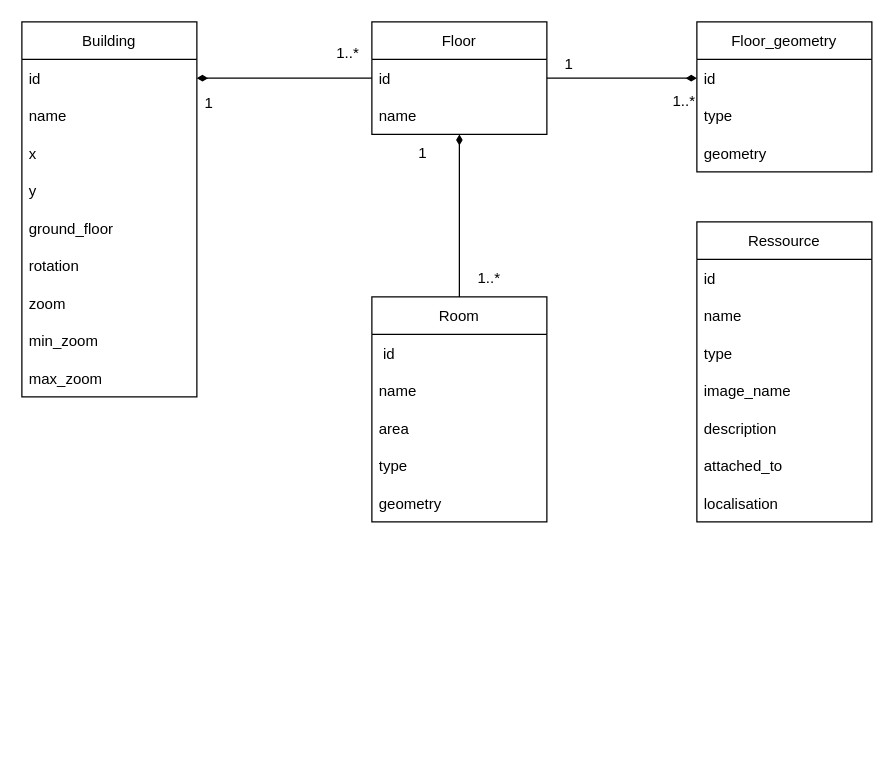
The draw.io diagram 01_doc/Rapport-TB/assets/figures/DB_model.drawio in heig-vd-tin/plan-heigvd, before the edit. Source tidied: cells renumbered, new cells numbered last; positions are measured from the earlier drawing's top-left corner, leaving out a move shared by most shapes. Both pictures are drawn from the tidied source at 125%, with x=0, y=0 at pixel (21, 21).
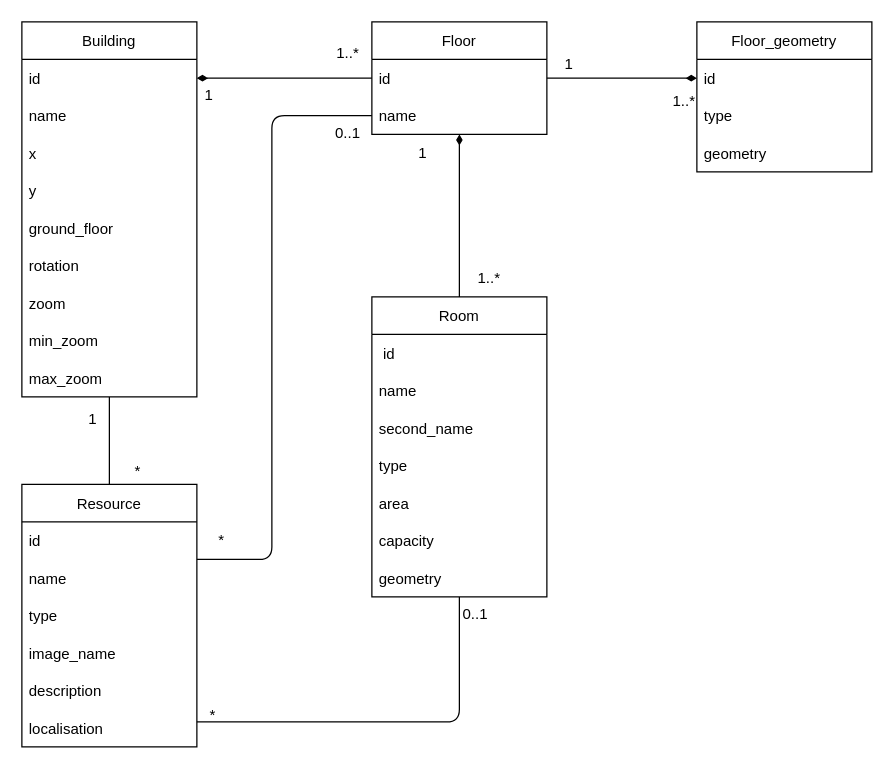
The same diagram, later.

The change refers to these unchanged cells:
```xml
<mxCell id="11" value="max_zoom" style="text;strokeColor=none;fillColor=none;align=left;verticalAlign=middle;spacingLeft=4;spacingRight=4;overflow=hidden;points=[[0,0.5],[1,0.5]];portConstraint=eastwest;" parent="2" vertex="1">
  <mxGeometry y="270" width="140" height="30" as="geometry" />
</mxCell>
<mxCell id="15" value="name" style="text;strokeColor=none;fillColor=none;align=left;verticalAlign=middle;spacingLeft=4;spacingRight=4;overflow=hidden;points=[[0,0.5],[1,0.5]];portConstraint=eastwest;" parent="13" vertex="1">
  <mxGeometry y="60" width="140" height="30" as="geometry" />
</mxCell>
```

What changed in the source:
```diff
@@
-    <mxCell id="21" value="Room" style="swimlane;fontStyle=0;horizontal=1;startSize=30;gradientColor=#ffffff;" parent="1" vertex="1">
-      <mxGeometry x="280" y="220" width="140" height="180" as="geometry" />
+    <mxCell id="21" value="Room" style="swimlane;fontStyle=0;horizontal=1;startSize=30;" parent="1" vertex="1">
+      <mxGeometry x="280" y="220" width="140" height="240" as="geometry" />
     </mxCell>
@@
+    <mxCell id="42" value="second_name" style="text;strokeColor=none;fillColor=none;align=left;verticalAlign=middle;spacingLeft=4;spacingRight=4;overflow=hidden;" parent="21" vertex="1">
+      <mxGeometry y="90" width="140" height="30" as="geometry" />
+    </mxCell>
+    <mxCell id="25" value="type" style="text;strokeColor=none;fillColor=none;align=left;verticalAlign=middle;spacingLeft=4;spacingRight=4;overflow=hidden;" parent="21" vertex="1">
+      <mxGeometry y="120" width="140" height="30" as="geometry" />
+    </mxCell>
     <mxCell id="24" value="area" style="text;strokeColor=none;fillColor=none;align=left;verticalAlign=middle;spacingLeft=4;spacingRight=4;overflow=hidden;" parent="21" vertex="1">
-      <mxGeometry y="90" width="140" height="30" as="geometry" />
+      <mxGeometry y="150" width="140" height="30" as="geometry" />
     </mxCell>
-    <mxCell id="25" value="type" style="text;strokeColor=none;fillColor=none;align=left;verticalAlign=middle;spacingLeft=4;spacingRight=4;overflow=hidden;" parent="21" vertex="1">
-      <mxGeometry y="120" width="140" height="30" as="geometry" />
-    </mxCell>
+    <mxCell id="43" value="capacity" style="text;strokeColor=none;fillColor=none;align=left;verticalAlign=middle;spacingLeft=4;spacingRight=4;overflow=hidden;" parent="21" vertex="1">
+      <mxGeometry y="180" width="140" height="30" as="geometry" />
+    </mxCell>
     <mxCell id="26" value="geometry" style="text;strokeColor=none;fillColor=none;align=left;verticalAlign=middle;spacingLeft=4;spacingRight=4;overflow=hidden;" parent="21" vertex="1">
-      <mxGeometry y="150" width="140" height="30" as="geometry" />
+      <mxGeometry y="210" width="140" height="30" as="geometry" />
     </mxCell>
@@
     <mxCell id="28" value="1" style="text;html=1;strokeColor=none;fillColor=none;align=center;verticalAlign=middle;whiteSpace=wrap;rounded=0;" parent="1" vertex="1">
-      <mxGeometry x="120" y="50" width="60" height="30" as="geometry" />
+      <mxGeometry x="120" y="44" width="60" height="30" as="geometry" />
     </mxCell>
@@
+    <mxCell id="44" style="edgeStyle=none;html=1;endArrow=none;endFill=0;" parent="1" edge="1" source="30" target="11">
+      <mxGeometry relative="1" as="geometry" />
+    </mxCell>
+    <mxCell id="45" style="edgeStyle=orthogonalEdgeStyle;html=1;entryX=0;entryY=0.5;entryDx=0;entryDy=0;endArrow=none;endFill=0;" parent="1" edge="1" source="30" target="15">
+      <mxGeometry relative="1" as="geometry">
+        <Array as="points">
+          <mxPoint x="200" y="430" />
+          <mxPoint x="200" y="75" />
+        </Array>
+      </mxGeometry>
+    </mxCell>
+    <mxCell id="46" style="edgeStyle=orthogonalEdgeStyle;html=1;endArrow=none;endFill=0;" parent="1" edge="1" source="30" target="21">
+      <mxGeometry relative="1" as="geometry">
+        <Array as="points">
+          <mxPoint x="350" y="560" />
+        </Array>
+      </mxGeometry>
+    </mxCell>
-    <mxCell id="30" value="Ressource" style="swimlane;fontStyle=0;horizontal=1;startSize=30;" parent="1" vertex="1">
-      <mxGeometry x="540" y="160" width="140" height="240" as="geometry" />
+    <mxCell id="30" value="Resource" style="swimlane;fontStyle=0;horizontal=1;startSize=30;" parent="1" vertex="1">
+      <mxGeometry y="370" width="140" height="210" as="geometry" />
     </mxCell>
@@
-    <mxCell id="36" value="attached_to" style="text;strokeColor=none;fillColor=none;align=left;verticalAlign=middle;spacingLeft=4;spacingRight=4;overflow=hidden;" parent="30" vertex="1">
-      <mxGeometry y="180" width="140" height="30" as="geometry" />
-    </mxCell>
     <mxCell id="37" value="localisation" style="text;strokeColor=none;fillColor=none;align=left;verticalAlign=middle;spacingLeft=4;spacingRight=4;overflow=hidden;" parent="30" vertex="1">
-      <mxGeometry y="210" width="140" height="30" as="geometry" />
+      <mxGeometry y="180" width="140" height="30" as="geometry" />
     </mxCell>
@@
+    <mxCell id="47" value="*" style="text;html=1;strokeColor=none;fillColor=none;align=center;verticalAlign=middle;whiteSpace=wrap;rounded=0;" parent="1" vertex="1">
+      <mxGeometry x="130" y="400" width="60" height="30" as="geometry" />
+    </mxCell>
+    <mxCell id="48" value="*" style="text;html=1;strokeColor=none;fillColor=none;align=center;verticalAlign=middle;whiteSpace=wrap;rounded=0;" parent="1" vertex="1">
+      <mxGeometry x="63" y="345" width="60" height="30" as="geometry" />
+    </mxCell>
+    <mxCell id="49" value="1" style="text;html=1;strokeColor=none;fillColor=none;align=center;verticalAlign=middle;whiteSpace=wrap;rounded=0;" parent="1" vertex="1">
+      <mxGeometry x="27" y="303" width="60" height="30" as="geometry" />
+    </mxCell>
+    <mxCell id="50" value="0..1" style="text;html=1;strokeColor=none;fillColor=none;align=center;verticalAlign=middle;whiteSpace=wrap;rounded=0;" parent="1" vertex="1">
+      <mxGeometry x="231" y="74" width="60" height="30" as="geometry" />
+    </mxCell>
+    <mxCell id="51" value="0..1" style="text;html=1;strokeColor=none;fillColor=none;align=center;verticalAlign=middle;whiteSpace=wrap;rounded=0;" parent="1" vertex="1">
+      <mxGeometry x="333" y="459" width="60" height="30" as="geometry" />
+    </mxCell>
+    <mxCell id="52" value="*" style="text;html=1;strokeColor=none;fillColor=none;align=center;verticalAlign=middle;whiteSpace=wrap;rounded=0;" parent="1" vertex="1">
+      <mxGeometry x="123" y="540" width="60" height="30" as="geometry" />
+    </mxCell>
```
